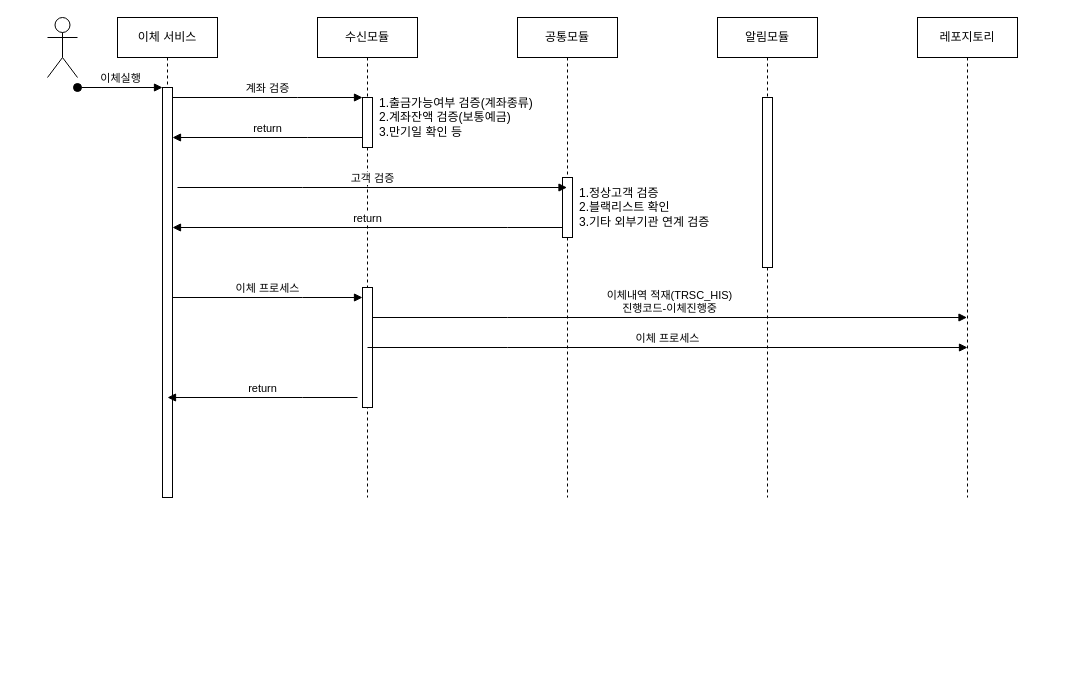
This is 시퀀스다이어그램.drawio from NohKeun/kakao, a draw.io file, before an edit. Source tidied: cells renumbered, new cells numbered last; positions are measured from the earlier drawing's top-left corner, leaving out a move shared by most shapes. Both pictures are drawn from the tidied source at 100%, with x=0, y=0 at pixel (47, 17).
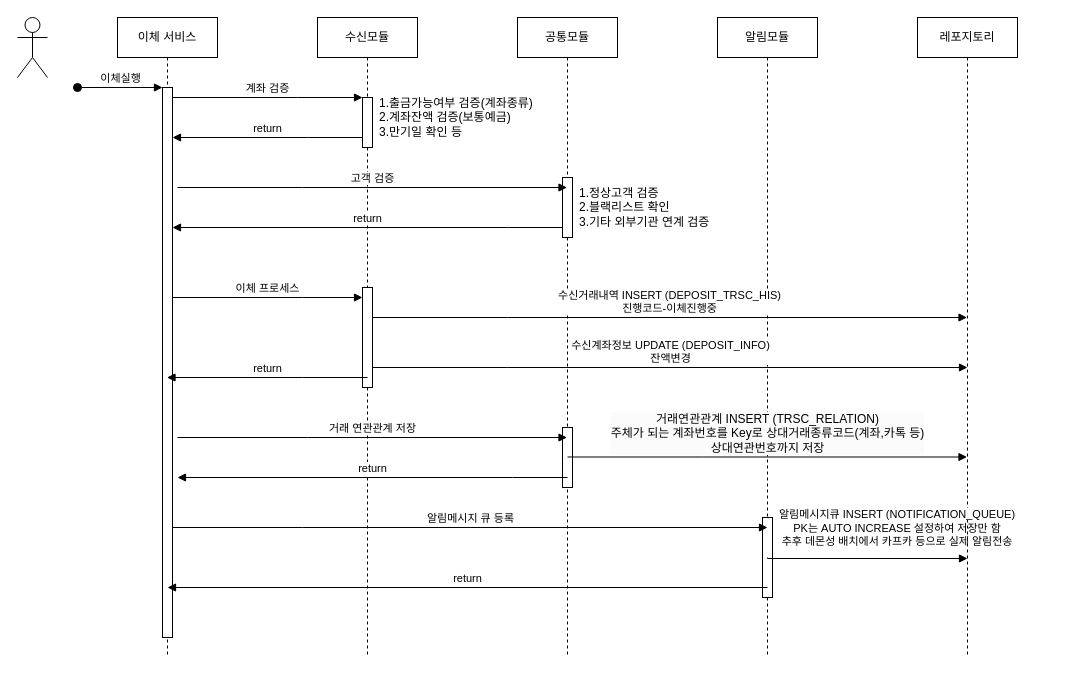
The same page after the edit.

Commit message (it also covers changes not shown here):
시퀀스다이어그램.drawio 업데이트

What changed in the source:
```diff
@@
     <mxCell id="2" value="이체 서비스" style="shape=umlLifeline;perimeter=lifelinePerimeter;whiteSpace=wrap;html=1;newEdgeStyle={&quot;edgeStyle&quot;:&quot;elbowEdgeStyle&quot;,&quot;elbow&quot;:&quot;vertical&quot;,&quot;curved&quot;:0,&quot;rounded&quot;:0};" parent="1" vertex="1">
-      <mxGeometry x="70" width="100" height="480" as="geometry" />
+      <mxGeometry x="70" width="100" height="640" as="geometry" />
     </mxCell>
     <mxCell id="3" style="html=1;points=[];perimeter=orthogonalPerimeter;outlineConnect=0;targetShapes=umlLifeline;portConstraint=eastwest;newEdgeStyle={&quot;edgeStyle&quot;:&quot;elbowEdgeStyle&quot;,&quot;elbow&quot;:&quot;vertical&quot;,&quot;curved&quot;:0,&quot;rounded&quot;:0};" parent="2" vertex="1">
-      <mxGeometry x="45" y="70" width="10" height="410" as="geometry" />
+      <mxGeometry x="45" y="70" width="10" height="550" as="geometry" />
     </mxCell>
@@
     <mxCell id="5" value="수신모듈" style="shape=umlLifeline;perimeter=lifelinePerimeter;whiteSpace=wrap;html=1;newEdgeStyle={&quot;edgeStyle&quot;:&quot;elbowEdgeStyle&quot;,&quot;elbow&quot;:&quot;vertical&quot;,&quot;curved&quot;:0,&quot;rounded&quot;:0};" parent="1" vertex="1">
-      <mxGeometry x="270" width="100" height="480" as="geometry" />
+      <mxGeometry x="270" width="100" height="640" as="geometry" />
     </mxCell>
@@
     <mxCell id="7" style="html=1;points=[];perimeter=orthogonalPerimeter;outlineConnect=0;targetShapes=umlLifeline;portConstraint=eastwest;newEdgeStyle={&quot;edgeStyle&quot;:&quot;elbowEdgeStyle&quot;,&quot;elbow&quot;:&quot;vertical&quot;,&quot;curved&quot;:0,&quot;rounded&quot;:0};" parent="5" vertex="1">
-      <mxGeometry x="45" y="270" width="10" height="120" as="geometry" />
+      <mxGeometry x="45" y="270" width="10" height="100" as="geometry" />
     </mxCell>
@@
     <mxCell id="10" value="공통모듈" style="shape=umlLifeline;perimeter=lifelinePerimeter;whiteSpace=wrap;html=1;outlineConnect=0;portConstraint=eastwest;newEdgeStyle={&quot;edgeStyle&quot;:&quot;elbowEdgeStyle&quot;,&quot;elbow&quot;:&quot;vertical&quot;,&quot;curved&quot;:0,&quot;rounded&quot;:0};" parent="1" vertex="1">
-      <mxGeometry x="470" width="100" height="480" as="geometry" />
+      <mxGeometry x="470" width="100" height="640" as="geometry" />
     </mxCell>
@@
+    <mxCell id="24" style="html=1;perimeter=orthogonalPerimeter;targetShapes=umlLifeline;newEdgeStyle={&quot;edgeStyle&quot;:&quot;elbowEdgeStyle&quot;,&quot;elbow&quot;:&quot;vertical&quot;,&quot;curved&quot;:0,&quot;rounded&quot;:0};" parent="10" vertex="1">
+      <mxGeometry x="45" y="410" width="10" height="60" as="geometry" />
+    </mxCell>
     <mxCell id="12" value="알림모듈" style="shape=umlLifeline;perimeter=lifelinePerimeter;whiteSpace=wrap;html=1;newEdgeStyle={&quot;edgeStyle&quot;:&quot;elbowEdgeStyle&quot;,&quot;elbow&quot;:&quot;vertical&quot;,&quot;curved&quot;:0,&quot;rounded&quot;:0};" parent="1" vertex="1">
-      <mxGeometry x="670" width="100" height="480" as="geometry" />
+      <mxGeometry x="670" width="100" height="640" as="geometry" />
     </mxCell>
-    <mxCell id="13" style="html=1;perimeter=orthogonalPerimeter;targetShapes=umlLifeline;newEdgeStyle={&quot;edgeStyle&quot;:&quot;elbowEdgeStyle&quot;,&quot;elbow&quot;:&quot;vertical&quot;,&quot;curved&quot;:0,&quot;rounded&quot;:0};" parent="12" vertex="1">
-      <mxGeometry x="45" y="80" width="10" height="170" as="geometry" />
-    </mxCell>
+    <mxCell id="25" style="html=1;perimeter=orthogonalPerimeter;targetShapes=umlLifeline;newEdgeStyle={&quot;edgeStyle&quot;:&quot;elbowEdgeStyle&quot;,&quot;elbow&quot;:&quot;vertical&quot;,&quot;curved&quot;:0,&quot;rounded&quot;:0};" parent="12" vertex="1">
+      <mxGeometry x="45" y="500" width="10" height="80" as="geometry" />
+    </mxCell>
     <mxCell id="14" value="레포지토리" style="shape=umlLifeline;perimeter=lifelinePerimeter;whiteSpace=wrap;html=1;outlineConnect=0;portConstraint=eastwest;newEdgeStyle={&quot;edgeStyle&quot;:&quot;elbowEdgeStyle&quot;,&quot;elbow&quot;:&quot;vertical&quot;,&quot;curved&quot;:0,&quot;rounded&quot;:0};" parent="1" vertex="1">
-      <mxGeometry x="870" width="100" height="480" as="geometry" />
+      <mxGeometry x="870" width="100" height="640" as="geometry" />
     </mxCell>
     <mxCell id="15" style="shape=umlActor;verticalLabelPosition=bottom;verticalAlign=top;html=1;" parent="1" vertex="1">
-      <mxGeometry width="30" height="60" as="geometry" />
+      <mxGeometry x="-30" width="30" height="60" as="geometry" />
     </mxCell>
@@
     <mxCell id="21" value="return" style="html=1;verticalAlign=bottom;endArrow=block;edgeStyle=elbowEdgeStyle;elbow=vertical;curved=0;rounded=0;" parent="1" edge="1">
       <mxGeometry relative="1" as="geometry">
-        <mxPoint x="310" y="380" as="sourcePoint" />
-        <mxPoint x="120" y="380" as="targetPoint" />
+        <mxPoint x="320" y="360" as="sourcePoint" />
+        <mxPoint x="119.5" y="360" as="targetPoint" />
         <Array as="points">
-          <mxPoint x="255" y="380" />
+          <mxPoint x="255" y="360" />
         </Array>
       </mxGeometry>
     </mxCell>
-    <mxCell id="22" value="이체내역 적재(TRSC_HIS)&lt;div&gt;진행코드-이체진행중&lt;/div&gt;" style="html=1;verticalAlign=bottom;endArrow=block;edgeStyle=elbowEdgeStyle;elbow=vertical;curved=0;rounded=0;" parent="1" edge="1" source="7" target="14">
+    <mxCell id="22" value="수신거래내역 INSERT (DEPOSIT_TRSC_HIS)&lt;div&gt;진행코드-이체진행중&lt;/div&gt;" style="html=1;verticalAlign=bottom;endArrow=block;edgeStyle=elbowEdgeStyle;elbow=vertical;curved=0;rounded=0;" parent="1" edge="1" source="7" target="14">
       <mxGeometry relative="1" as="geometry">
         <Array as="points">
           <mxPoint x="460" y="300" />
         </Array>
       </mxGeometry>
     </mxCell>
-    <mxCell id="23" value="이체 프로세스" style="html=1;verticalAlign=bottom;endArrow=block;edgeStyle=elbowEdgeStyle;elbow=vertical;curved=0;rounded=0;exitX=0.5;exitY=0.5;exitDx=0;exitDy=0;exitPerimeter=0;" parent="1" edge="1" source="7">
+    <mxCell id="23" value="수신계좌정보 UPDATE (DEPOSIT_INFO)&lt;div&gt;잔액변경&lt;/div&gt;" style="html=1;verticalAlign=bottom;endArrow=block;edgeStyle=elbowEdgeStyle;elbow=vertical;curved=0;rounded=0;" parent="1" edge="1" source="7">
       <mxGeometry relative="1" as="geometry">
-        <mxPoint x="920" y="330" as="targetPoint" />
+        <mxPoint x="920" y="350" as="targetPoint" />
         <Array as="points">
-          <mxPoint x="460" y="330" />
+          <mxPoint x="460" y="350" />
         </Array>
       </mxGeometry>
     </mxCell>
+    <mxCell id="26" value="거래 연관관계 저장" style="html=1;verticalAlign=bottom;endArrow=block;edgeStyle=elbowEdgeStyle;elbow=vertical;curved=0;rounded=0;" parent="1" edge="1" target="10">
+      <mxGeometry relative="1" as="geometry">
+        <mxPoint x="130" y="420" as="sourcePoint" />
+        <Array as="points">
+          <mxPoint x="260" y="420" />
+        </Array>
+      </mxGeometry>
+    </mxCell>
+    <mxCell id="27" value="&lt;div style=&quot;&quot;&gt;&lt;br&gt;&lt;/div&gt;" style="text;html=1;align=left;verticalAlign=middle;strokeColor=none;fillColor=none;" parent="1" vertex="1">
+      <mxGeometry x="530" y="425" width="20" height="30" as="geometry" />
+    </mxCell>
+    <mxCell id="28" value="return" style="html=1;verticalAlign=bottom;endArrow=block;edgeStyle=elbowEdgeStyle;elbow=vertical;curved=0;rounded=0;" parent="1" edge="1">
+      <mxGeometry relative="1" as="geometry">
+        <mxPoint x="520" y="460" as="sourcePoint" />
+        <mxPoint x="130" y="460" as="targetPoint" />
+        <Array as="points">
+          <mxPoint x="465" y="460" />
+        </Array>
+      </mxGeometry>
+    </mxCell>
+    <mxCell id="29" value="알림메시지 큐 등록" style="html=1;verticalAlign=bottom;endArrow=block;edgeStyle=elbowEdgeStyle;elbow=vertical;curved=0;rounded=0;" parent="1" edge="1">
+      <mxGeometry relative="1" as="geometry">
+        <mxPoint x="125" y="510" as="sourcePoint" />
+        <mxPoint x="720" y="510" as="targetPoint" />
+        <Array as="points">
+          <mxPoint x="255" y="510" />
+        </Array>
+      </mxGeometry>
+    </mxCell>
+    <mxCell id="30" value="return" style="html=1;verticalAlign=bottom;endArrow=block;edgeStyle=elbowEdgeStyle;elbow=vertical;curved=0;rounded=0;" parent="1" edge="1">
+      <mxGeometry relative="1" as="geometry">
+        <mxPoint x="720" y="570" as="sourcePoint" />
+        <mxPoint x="120" y="570" as="targetPoint" />
+        <Array as="points">
+          <mxPoint x="255.5" y="570" />
+        </Array>
+      </mxGeometry>
+    </mxCell>
+    <mxCell id="31" value="&lt;div style=&quot;font-size: 12px; background-color: rgb(251, 251, 251);&quot;&gt;거래연관관계 INSERT (TRSC_RELATION)&lt;/div&gt;&lt;div style=&quot;font-size: 12px; background-color: rgb(251, 251, 251);&quot;&gt;&lt;span style=&quot;background-color: initial;&quot;&gt;주체가 되는 계좌번호를 Key로&amp;nbsp;&lt;/span&gt;&lt;span style=&quot;background-color: initial;&quot;&gt;상대거래종류코드(계좌,카톡 등)&lt;/span&gt;&lt;/div&gt;&lt;div style=&quot;font-size: 12px; background-color: rgb(251, 251, 251);&quot;&gt;&lt;span style=&quot;background-color: initial;&quot;&gt;상대연관번호까지 저장&lt;/span&gt;&lt;/div&gt;" style="html=1;verticalAlign=bottom;endArrow=block;edgeStyle=elbowEdgeStyle;elbow=vertical;curved=0;rounded=0;align=center;" parent="1" edge="1" target="14">
+      <mxGeometry relative="1" as="geometry">
+        <mxPoint x="520" y="439.5" as="sourcePoint" />
+        <Array as="points">
+          <mxPoint x="655" y="439.5" />
+        </Array>
+      </mxGeometry>
+    </mxCell>
+    <mxCell id="32" style="html=1;verticalAlign=bottom;endArrow=block;edgeStyle=elbowEdgeStyle;elbow=vertical;curved=0;rounded=0;align=center;" parent="1" edge="1">
+      <mxGeometry relative="1" as="geometry">
+        <mxPoint x="720" y="540" as="sourcePoint" />
+        <mxPoint x="920" y="541" as="targetPoint" />
+      </mxGeometry>
+    </mxCell>
+    <mxCell id="33" value="&lt;div style=&quot;&quot;&gt;&lt;span style=&quot;font-size: 11px; text-align: center; background-color: rgb(255, 255, 255);&quot;&gt;알림메시지큐 INSERT (NOTIFICATION_QUEUE)&lt;/span&gt;&lt;div style=&quot;font-size: 11px; text-align: center;&quot;&gt;PK는 AUTO INCREASE 설정하여 저장만 함&lt;/div&gt;&lt;div style=&quot;font-size: 11px; text-align: center;&quot;&gt;추후 데몬성 배치에서 카프카 등으로 실제 알림전송&lt;/div&gt;&lt;/div&gt;" style="text;html=1;align=left;verticalAlign=middle;strokeColor=none;fillColor=none;" parent="1" vertex="1">
+      <mxGeometry x="730" y="485" width="270" height="50" as="geometry" />
+    </mxCell>
```
